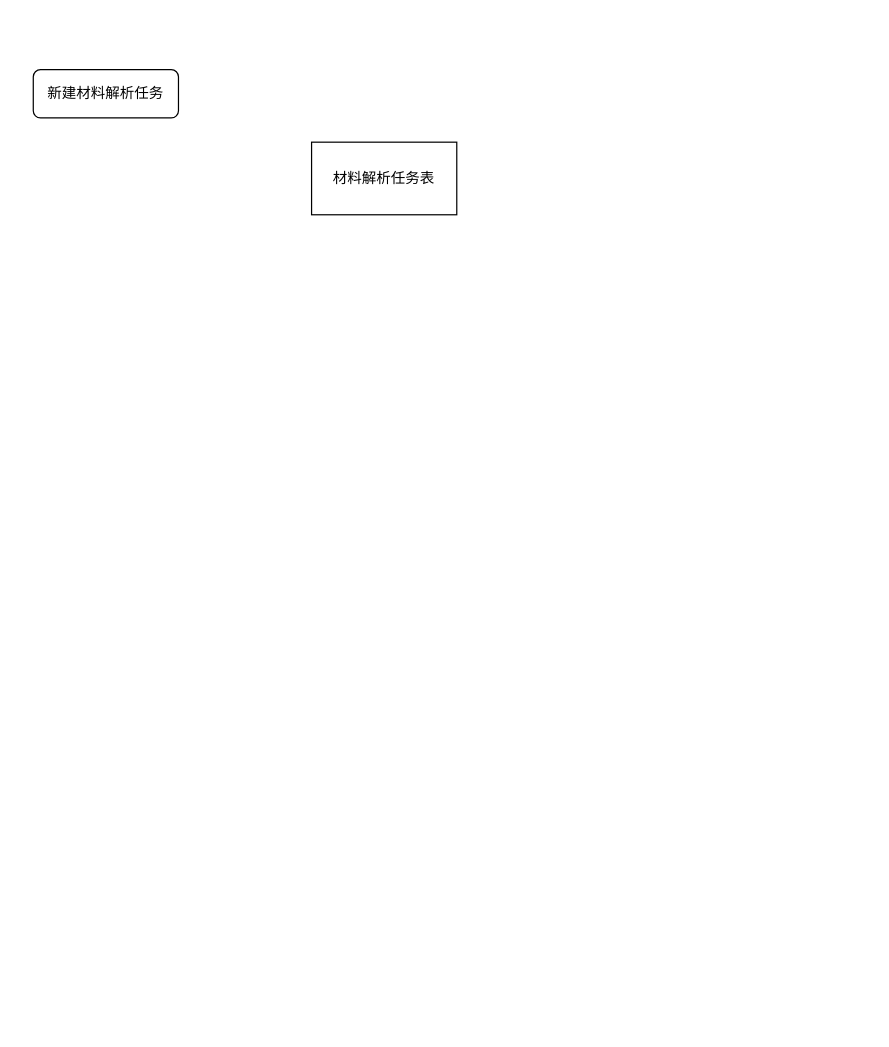
krieding/hellogit keeps this draw.io diagram as 党办材料解析.drawio. Above is the earlier version. Source tidied: cells renumbered, new cells numbered last; positions are measured from the earlier drawing's top-left corner, leaving out a move shared by most shapes. Both pictures are drawn from the tidied source at 121%, with x=0, y=0 at pixel (33, 69).
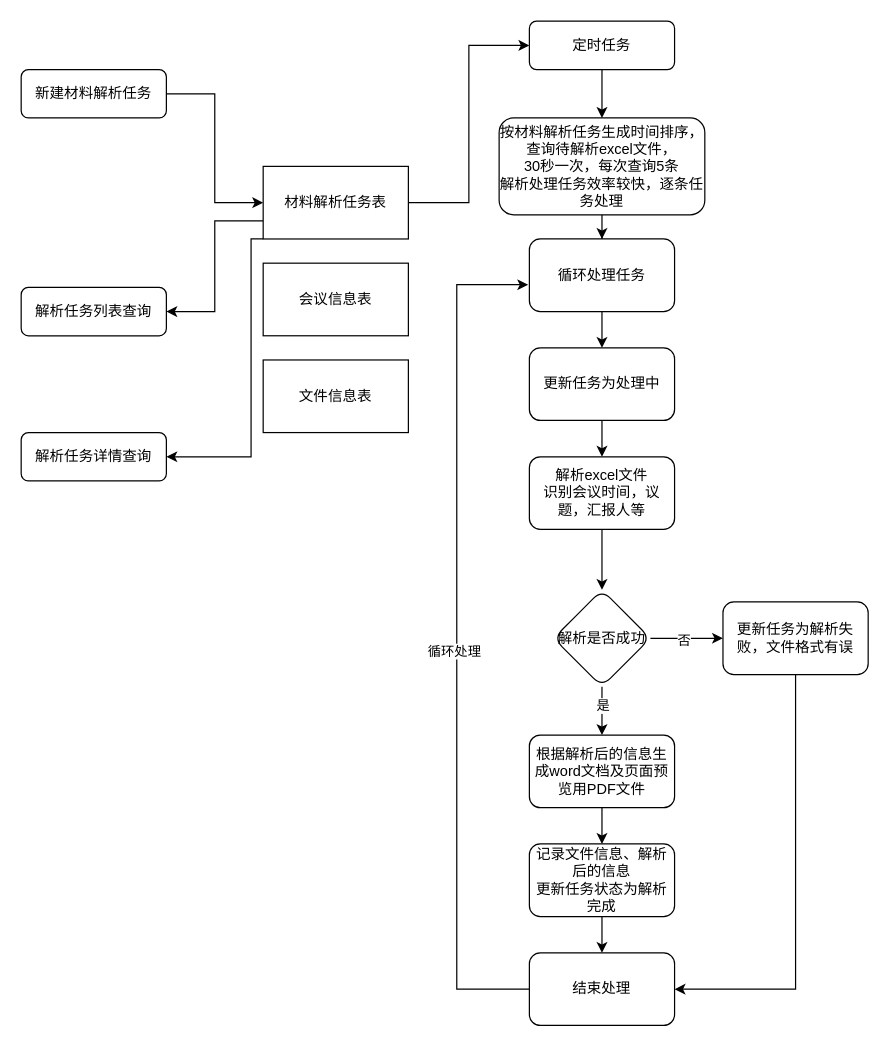
After the change.

Commit message:
更新党办材料解析.drawio

The edit, as a diff of the source:
```diff
@@
+    <mxCell id="4" style="edgeStyle=orthogonalEdgeStyle;rounded=0;jettySize=auto;html=1;entryX=0;entryY=0.5;entryDx=0;entryDy=0;" parent="1" edge="1" source="2" target="3">
+      <mxGeometry relative="1" as="geometry" />
+    </mxCell>
     <mxCell id="2" value="新建材料解析任务" style="rounded=1;whiteSpace=wrap;html=1;fontSize=12;glass=0;strokeWidth=1;shadow=0;" parent="1" vertex="1">
-      <mxGeometry width="120" height="40" as="geometry" />
+      <mxGeometry x="-10" width="120" height="40" as="geometry" />
     </mxCell>
+    <mxCell id="5" style="edgeStyle=orthogonalEdgeStyle;rounded=0;jettySize=auto;html=1;entryX=0;entryY=0.5;entryDx=0;entryDy=0;" parent="1" edge="1" source="3" target="9">
+      <mxGeometry relative="1" as="geometry" />
+    </mxCell>
+    <mxCell id="6" style="edgeStyle=orthogonalEdgeStyle;rounded=0;jettySize=auto;html=1;entryX=1;entryY=0.5;entryDx=0;entryDy=0;exitX=0;exitY=0.75;exitDx=0;exitDy=0;" parent="1" edge="1" source="3" target="12">
+      <mxGeometry relative="1" as="geometry">
+        <Array as="points">
+          <mxPoint x="150" y="125" />
+          <mxPoint x="150" y="200" />
+        </Array>
+      </mxGeometry>
+    </mxCell>
+    <mxCell id="7" style="edgeStyle=orthogonalEdgeStyle;rounded=0;jettySize=auto;html=1;entryX=1;entryY=0.5;entryDx=0;entryDy=0;exitX=0;exitY=1;exitDx=0;exitDy=0;" parent="1" edge="1" source="3" target="13">
+      <mxGeometry relative="1" as="geometry">
+        <Array as="points">
+          <mxPoint x="180" y="140" />
+          <mxPoint x="180" y="320" />
+        </Array>
+      </mxGeometry>
+    </mxCell>
     <mxCell id="3" value="材料解析任务表" style="rounded=0;whiteSpace=wrap;html=1;" parent="1" vertex="1">
-      <mxGeometry x="230" y="60" width="120" height="60" as="geometry" />
+      <mxGeometry x="190" y="80" width="120" height="60" as="geometry" />
     </mxCell>
+    <mxCell id="8" style="edgeStyle=orthogonalEdgeStyle;rounded=0;jettySize=auto;html=1;" parent="1" edge="1" source="9" target="11">
+      <mxGeometry relative="1" as="geometry" />
+    </mxCell>
+    <mxCell id="9" value="定时任务" style="rounded=1;whiteSpace=wrap;html=1;" parent="1" vertex="1">
+      <mxGeometry x="410" y="-40" width="120" height="40" as="geometry" />
+    </mxCell>
+    <mxCell id="10" style="edgeStyle=orthogonalEdgeStyle;rounded=0;jettySize=auto;html=1;entryX=0.5;entryY=0;entryDx=0;entryDy=0;" parent="1" edge="1" source="11" target="24">
+      <mxGeometry relative="1" as="geometry" />
+    </mxCell>
+    <mxCell id="11" value="按材料解析任务生成时间排序，查询待解析excel文件，&lt;div&gt;30秒一次，每次查询5条&lt;/div&gt;&lt;div&gt;解析处理任务效率较快，逐条任务处理&lt;/div&gt;" style="rounded=1;whiteSpace=wrap;html=1;" parent="1" vertex="1">
+      <mxGeometry x="385" y="40" width="170" height="80" as="geometry" />
+    </mxCell>
+    <mxCell id="12" value="解析任务列表查询" style="rounded=1;whiteSpace=wrap;html=1;fontSize=12;glass=0;strokeWidth=1;shadow=0;" parent="1" vertex="1">
+      <mxGeometry x="-10" y="180" width="120" height="40" as="geometry" />
+    </mxCell>
+    <mxCell id="13" value="解析任务详情查询" style="rounded=1;whiteSpace=wrap;html=1;fontSize=12;glass=0;strokeWidth=1;shadow=0;" parent="1" vertex="1">
+      <mxGeometry x="-10" y="300" width="120" height="40" as="geometry" />
+    </mxCell>
+    <mxCell id="14" style="edgeStyle=orthogonalEdgeStyle;rounded=0;jettySize=auto;html=1;" parent="1" edge="1" source="15" target="20">
+      <mxGeometry relative="1" as="geometry" />
+    </mxCell>
+    <mxCell id="15" value="解析excel文件&lt;div&gt;识别会议时间，议题，汇报人等&lt;/div&gt;" style="rounded=1;whiteSpace=wrap;html=1;" parent="1" vertex="1">
+      <mxGeometry x="410" y="320" width="120" height="60" as="geometry" />
+    </mxCell>
+    <mxCell id="16" style="edgeStyle=orthogonalEdgeStyle;rounded=0;jettySize=auto;html=1;" parent="1" edge="1" source="20" target="22">
+      <mxGeometry relative="1" as="geometry" />
+    </mxCell>
+    <mxCell id="17" value="否" style="edgeLabel;html=1;align=center;verticalAlign=middle;" parent="16" vertex="1">
+      <mxGeometry x="-0.09" y="-1" relative="1" as="geometry" />
+    </mxCell>
+    <mxCell id="18" style="edgeStyle=orthogonalEdgeStyle;rounded=0;jettySize=auto;html=1;" parent="1" edge="1" source="20" target="28">
+      <mxGeometry relative="1" as="geometry" />
+    </mxCell>
+    <mxCell id="19" value="是" style="edgeLabel;html=1;align=center;verticalAlign=middle;" parent="18" vertex="1">
+      <mxGeometry x="-0.27" relative="1" as="geometry" />
+    </mxCell>
+    <mxCell id="20" value="解析是否成功" style="rhombus;whiteSpace=wrap;html=1;rounded=1;" parent="1" vertex="1">
+      <mxGeometry x="430" y="430" width="80" height="80" as="geometry" />
+    </mxCell>
+    <mxCell id="21" style="edgeStyle=orthogonalEdgeStyle;rounded=0;jettySize=auto;html=1;entryX=1;entryY=0.5;entryDx=0;entryDy=0;" parent="1" edge="1" source="22" target="31">
+      <mxGeometry relative="1" as="geometry">
+        <Array as="points">
+          <mxPoint x="630" y="760" />
+        </Array>
+      </mxGeometry>
+    </mxCell>
+    <mxCell id="22" value="更新任务为解析失败，文件格式有误" style="whiteSpace=wrap;html=1;rounded=1;" parent="1" vertex="1">
+      <mxGeometry x="570" y="440" width="120" height="60" as="geometry" />
+    </mxCell>
+    <mxCell id="23" style="edgeStyle=orthogonalEdgeStyle;rounded=0;jettySize=auto;html=1;entryX=0.5;entryY=0;entryDx=0;entryDy=0;" parent="1" edge="1" source="24" target="26">
+      <mxGeometry relative="1" as="geometry" />
+    </mxCell>
+    <mxCell id="24" value="循环处理任务" style="rounded=1;whiteSpace=wrap;html=1;" parent="1" vertex="1">
+      <mxGeometry x="410" y="140" width="120" height="60" as="geometry" />
+    </mxCell>
+    <mxCell id="25" style="edgeStyle=orthogonalEdgeStyle;rounded=0;jettySize=auto;html=1;entryX=0.5;entryY=0;entryDx=0;entryDy=0;" parent="1" edge="1" source="26" target="15">
+      <mxGeometry relative="1" as="geometry" />
+    </mxCell>
+    <mxCell id="26" value="更新任务为处理中" style="rounded=1;whiteSpace=wrap;html=1;" parent="1" vertex="1">
+      <mxGeometry x="410" y="230" width="120" height="60" as="geometry" />
+    </mxCell>
+    <mxCell id="27" style="edgeStyle=orthogonalEdgeStyle;rounded=0;jettySize=auto;html=1;" parent="1" edge="1" source="28" target="30">
+      <mxGeometry relative="1" as="geometry" />
+    </mxCell>
+    <mxCell id="28" value="根据解析后的信息生成word文档及页面预览用PDF文件" style="whiteSpace=wrap;html=1;rounded=1;" parent="1" vertex="1">
+      <mxGeometry x="410" y="550" width="120" height="60" as="geometry" />
+    </mxCell>
+    <mxCell id="29" style="edgeStyle=orthogonalEdgeStyle;rounded=0;jettySize=auto;html=1;" parent="1" edge="1" source="30" target="31">
+      <mxGeometry relative="1" as="geometry" />
+    </mxCell>
+    <mxCell id="30" value="记录文件信息、解析后的信息&lt;div&gt;更新任务状态为解析完成&lt;/div&gt;" style="whiteSpace=wrap;html=1;rounded=1;" parent="1" vertex="1">
+      <mxGeometry x="410" y="640" width="120" height="60" as="geometry" />
+    </mxCell>
+    <mxCell id="31" value="结束处理" style="whiteSpace=wrap;html=1;rounded=1;" parent="1" vertex="1">
+      <mxGeometry x="410" y="730" width="120" height="60" as="geometry" />
+    </mxCell>
+    <mxCell id="32" style="edgeStyle=orthogonalEdgeStyle;rounded=0;jettySize=auto;html=1;entryX=-0.008;entryY=0.63;entryDx=0;entryDy=0;entryPerimeter=0;" parent="1" edge="1" source="31" target="24">
+      <mxGeometry relative="1" as="geometry">
+        <Array as="points">
+          <mxPoint x="350" y="760" />
+          <mxPoint x="350" y="178" />
+        </Array>
+      </mxGeometry>
+    </mxCell>
+    <mxCell id="33" value="循环处理" style="edgeLabel;html=1;align=center;verticalAlign=middle;" parent="32" vertex="1">
+      <mxGeometry x="-0.03" y="3" relative="1" as="geometry" />
+    </mxCell>
+    <mxCell id="34" value="会议信息表" style="rounded=0;whiteSpace=wrap;html=1;" parent="1" vertex="1">
+      <mxGeometry x="190" y="160" width="120" height="60" as="geometry" />
+    </mxCell>
+    <mxCell id="35" value="文件信息表" style="rounded=0;whiteSpace=wrap;html=1;" parent="1" vertex="1">
+      <mxGeometry x="190" y="240" width="120" height="60" as="geometry" />
+    </mxCell>
```
